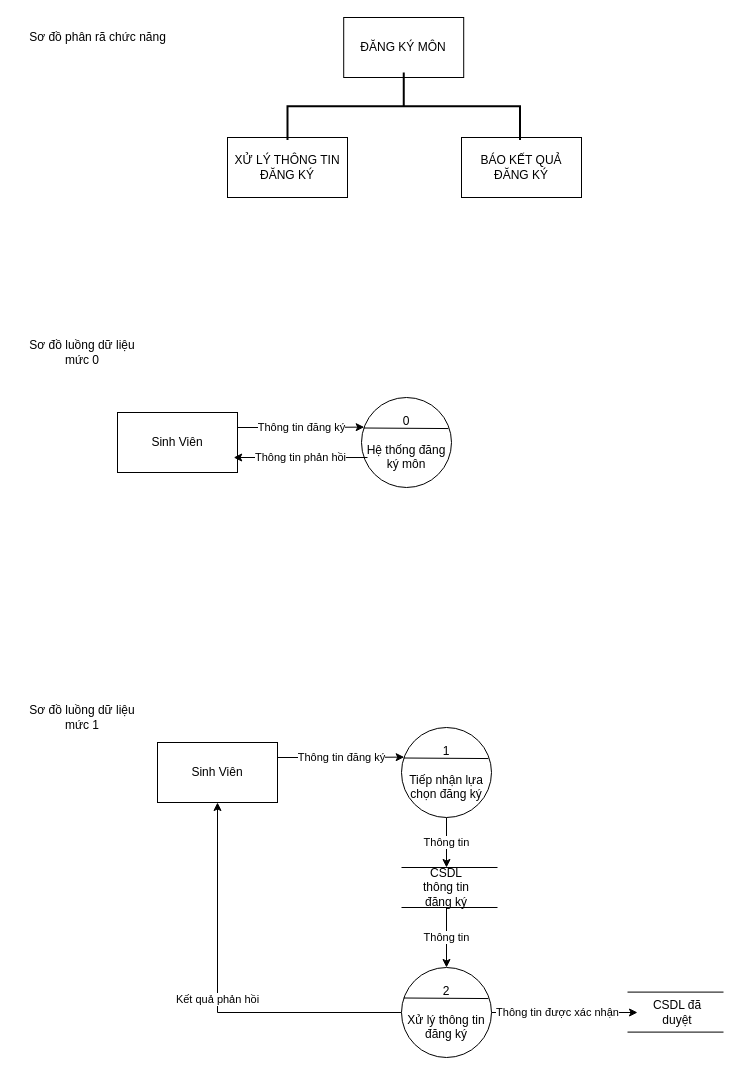
The draw.io diagram Biểu đồ không có tiêu đề.drawio in InfiniteByte1811/branch1, before the edit. Source tidied: cells renumbered, new cells numbered last; positions are measured from the earlier drawing's top-left corner, leaving out a move shared by most shapes. Both pictures are drawn from the tidied source at 100%, with x=0, y=0 at pixel (17, -11).
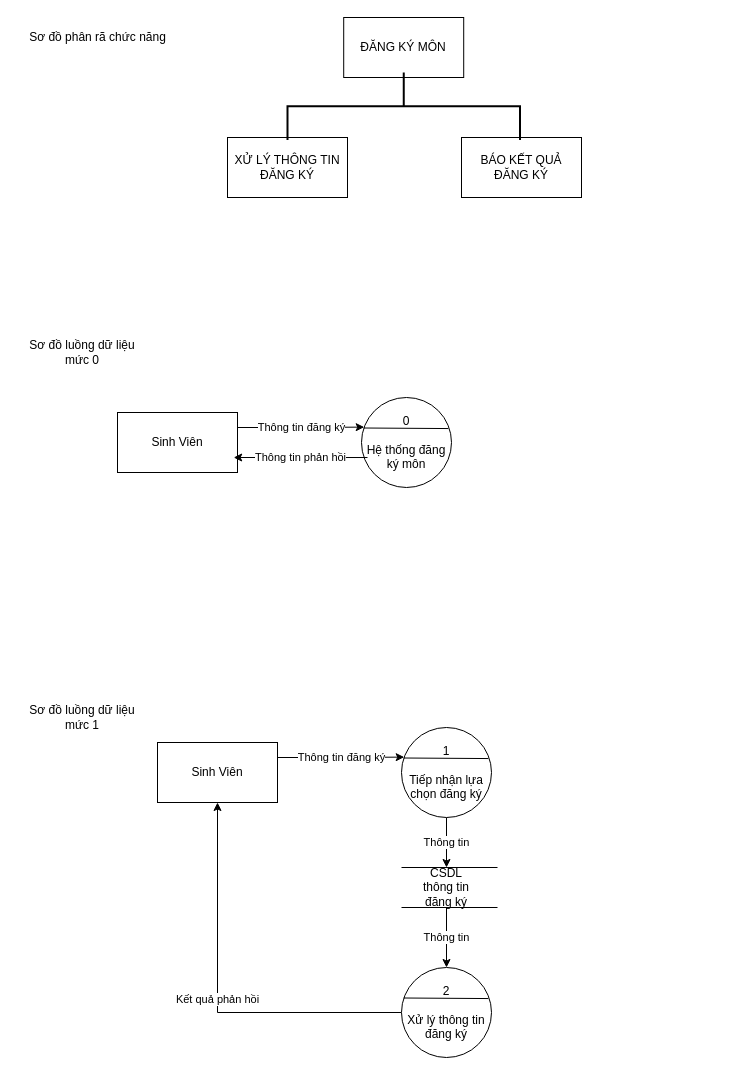
Above is the later version.

Commit message:
Cập nhật Biểu đồ không có tiêu đề.drawio

The change refers to these unchanged cells:
```xml
<mxCell id="21" value="2&lt;br&gt;&lt;br&gt;Xử lý thông tin đăng ký" style="ellipse;whiteSpace=wrap;html=1;" parent="1" vertex="1">
  <mxGeometry x="384" y="978" width="90" height="90" as="geometry" />
</mxCell>
```

Change to the diagram source:
```diff
@@
-    <mxCell id="20" value="Thông tin được xác nhận" style="edgeStyle=orthogonalEdgeStyle;rounded=0;jettySize=auto;html=1;" parent="1" edge="1" source="21">
-      <mxGeometry x="-0.1" relative="1" as="geometry">
-        <mxPoint x="620" y="1023" as="targetPoint" />
-      </mxGeometry>
-    </mxCell>
@@
-    <mxCell id="27" style="endArrow=none;html=1;rounded=0;" parent="1" edge="1">
-      <mxGeometry relative="1" as="geometry">
-        <mxPoint x="610" y="1002.6" as="sourcePoint" />
-        <mxPoint x="706" y="1002.6" as="targetPoint" />
-      </mxGeometry>
-    </mxCell>
-    <mxCell id="28" style="endArrow=none;html=1;rounded=0;" parent="1" edge="1">
-      <mxGeometry relative="1" as="geometry">
-        <mxPoint x="610" y="1042.6" as="sourcePoint" />
-        <mxPoint x="706" y="1042.6" as="targetPoint" />
-      </mxGeometry>
-    </mxCell>
-    <mxCell id="29" value="CSDL đã duyệt" style="text;html=1;strokeColor=none;fillColor=none;align=center;verticalAlign=middle;whiteSpace=wrap;rounded=0;" parent="1" vertex="1">
-      <mxGeometry x="630" y="1003" width="60" height="40" as="geometry" />
-    </mxCell>
```
